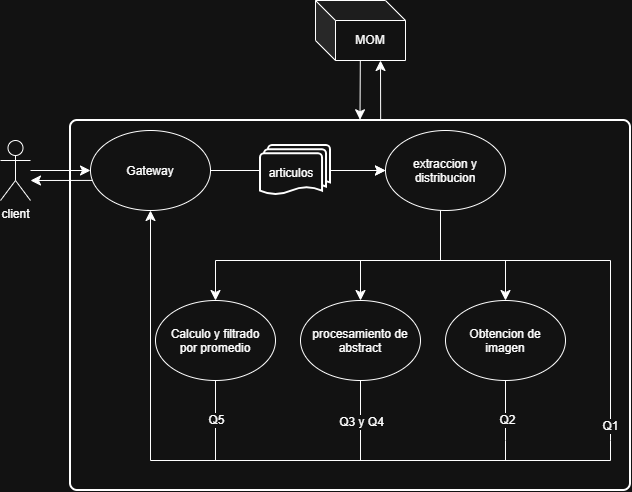
Above: diseño/diagramas/arquiAN.png in LuccaMarino/tp-grupal_Distribuidos (draw.io), before the change. Source tidied: cells renumbered, new cells last; positions are measured from the earlier drawing's top-left corner, leaving out a move shared by most shapes. Source of this version:
```xml
<mxGraphModel>
  <root>
    <mxCell id="0" />
    <mxCell id="1" parent="0" />
    <mxCell id="2" style="rounded=1;whiteSpace=wrap;html=1;absoluteArcSize=1;arcSize=14;strokeWidth=2;fillColor=none;" parent="1" vertex="1">
      <mxGeometry x="70" y="120" width="560" height="370" as="geometry" />
    </mxCell>
    <mxCell id="3" style="edgeStyle=orthogonalEdgeStyle;rounded=0;jettySize=auto;html=1;entryX=0.5;entryY=0;entryDx=0;entryDy=0;fontSize=12;startSize=8;endSize=8;" parent="1" edge="1" source="8" target="11">
      <mxGeometry relative="1" as="geometry">
        <Array as="points">
          <mxPoint x="440" y="260" />
          <mxPoint x="505" y="260" />
        </Array>
      </mxGeometry>
    </mxCell>
    <mxCell id="4" style="edgeStyle=orthogonalEdgeStyle;rounded=0;jettySize=auto;html=1;entryX=0.5;entryY=0;entryDx=0;entryDy=0;fontSize=12;startSize=8;endSize=8;" parent="1" edge="1" source="8" target="14">
      <mxGeometry x="0.04" relative="1" as="geometry">
        <Array as="points">
          <mxPoint x="440" y="260" />
          <mxPoint x="360" y="260" />
        </Array>
      </mxGeometry>
    </mxCell>
    <mxCell id="5" style="edgeStyle=orthogonalEdgeStyle;rounded=0;jettySize=auto;html=1;entryX=0.5;entryY=0;entryDx=0;entryDy=0;fontSize=12;startSize=8;endSize=8;" parent="1" edge="1" source="8" target="17">
      <mxGeometry x="0.19" relative="1" as="geometry">
        <Array as="points">
          <mxPoint x="440" y="260" />
          <mxPoint x="215" y="260" />
        </Array>
      </mxGeometry>
    </mxCell>
    <mxCell id="6" style="edgeStyle=orthogonalEdgeStyle;rounded=0;jettySize=auto;html=1;fontSize=12;startSize=8;endSize=8;endArrow=none;endFill=0;" parent="1" edge="1" source="8">
      <mxGeometry x="0.12" relative="1" as="geometry">
        <mxPoint x="610" y="440" as="targetPoint" />
        <Array as="points">
          <mxPoint x="440" y="260" />
          <mxPoint x="610" y="260" />
          <mxPoint x="610" y="440" />
        </Array>
      </mxGeometry>
    </mxCell>
    <mxCell id="7" value="Q1" style="edgeLabel;html=1;align=center;verticalAlign=middle;fontSize=12;" parent="6" vertex="1">
      <mxGeometry x="0.87" y="-1" relative="1" as="geometry">
        <mxPoint y="12" as="offset" />
      </mxGeometry>
    </mxCell>
    <mxCell id="8" value="extraccion y distribucion" style="ellipse;whiteSpace=wrap;html=1;shapeInside=1;" parent="1" vertex="1">
      <mxGeometry x="385" y="130" width="120" height="80" as="geometry" />
    </mxCell>
    <mxCell id="9" style="edgeStyle=none;curved=1;rounded=0;curveGeometry=1;jettySize=auto;html=1;fontSize=12;startSize=8;endSize=8;endArrow=none;endFill=0;" parent="1" edge="1" source="11">
      <mxGeometry relative="1" as="geometry">
        <mxPoint x="505" y="440" as="targetPoint" />
      </mxGeometry>
    </mxCell>
    <mxCell id="10" value="Q2" style="edgeLabel;html=1;align=center;verticalAlign=middle;fontSize=12;" parent="9" vertex="1">
      <mxGeometry x="0.32" y="1" relative="1" as="geometry" />
    </mxCell>
    <mxCell id="11" value="Obtencion de imagen" style="ellipse;whiteSpace=wrap;html=1;shapeInside=1;" parent="1" vertex="1">
      <mxGeometry x="445" y="300" width="120" height="80" as="geometry" />
    </mxCell>
    <mxCell id="12" style="edgeStyle=none;curved=1;rounded=0;curveGeometry=1;jettySize=auto;html=1;fontSize=12;startSize=8;endSize=8;endArrow=none;endFill=0;" parent="1" edge="1" source="14">
      <mxGeometry relative="1" as="geometry">
        <mxPoint x="360" y="440" as="targetPoint" />
      </mxGeometry>
    </mxCell>
    <mxCell id="13" value="Q3 y Q4" style="edgeLabel;html=1;align=center;verticalAlign=middle;fontSize=12;" parent="12" vertex="1">
      <mxGeometry x="0.38" y="1" relative="1" as="geometry">
        <mxPoint x="-1" as="offset" />
      </mxGeometry>
    </mxCell>
    <mxCell id="14" value="procesamiento de abstract" style="ellipse;whiteSpace=wrap;html=1;shapeInside=1;" parent="1" vertex="1">
      <mxGeometry x="300" y="300" width="120" height="80" as="geometry" />
    </mxCell>
    <mxCell id="15" style="edgeStyle=none;curved=1;rounded=0;curveGeometry=1;jettySize=auto;html=1;fontSize=12;startSize=8;endSize=8;endArrow=none;endFill=0;" parent="1" edge="1" source="17">
      <mxGeometry relative="1" as="geometry">
        <mxPoint x="215" y="450" as="targetPoint" />
      </mxGeometry>
    </mxCell>
    <mxCell id="16" value="Q5" style="edgeLabel;html=1;align=center;verticalAlign=middle;fontSize=12;" parent="15" vertex="1">
      <mxGeometry x="0.38" y="3" relative="1" as="geometry">
        <mxPoint x="-3" y="-8" as="offset" />
      </mxGeometry>
    </mxCell>
    <mxCell id="17" value="Calculo y filtrado por promedio" style="ellipse;whiteSpace=wrap;html=1;shapeInside=1;" parent="1" vertex="1">
      <mxGeometry x="155" y="300" width="120" height="80" as="geometry" />
    </mxCell>
    <mxCell id="18" style="edgeStyle=orthogonalEdgeStyle;rounded=0;orthogonalLoop=1;jettySize=auto;html=1;fontSize=12;startSize=8;endSize=8;endArrow=none;endFill=0;" parent="1" edge="1">
      <mxGeometry relative="1" as="geometry">
        <mxPoint x="215" y="440" as="sourcePoint" />
        <mxPoint x="360" y="460" as="targetPoint" />
        <Array as="points">
          <mxPoint x="215" y="460" />
        </Array>
      </mxGeometry>
    </mxCell>
    <mxCell id="19" style="edgeStyle=orthogonalEdgeStyle;rounded=0;orthogonalLoop=1;jettySize=auto;html=1;fontSize=12;startSize=8;endSize=8;endArrow=none;endFill=0;" parent="1" edge="1">
      <mxGeometry x="-0.2" relative="1" as="geometry">
        <mxPoint x="360" y="438" as="sourcePoint" />
        <mxPoint x="440" y="460" as="targetPoint" />
        <Array as="points">
          <mxPoint x="360" y="460" />
        </Array>
      </mxGeometry>
    </mxCell>
    <mxCell id="20" style="edgeStyle=none;curved=1;rounded=0;curveGeometry=1;orthogonalLoop=1;jettySize=auto;html=1;fontSize=12;startSize=8;endSize=8;startArrow=none;startFill=0;endArrow=none;endFill=0;" parent="1" edge="1">
      <mxGeometry relative="1" as="geometry">
        <mxPoint x="505" y="440" as="sourcePoint" />
        <mxPoint x="505" y="460" as="targetPoint" />
      </mxGeometry>
    </mxCell>
    <mxCell id="21" style="edgeStyle=orthogonalEdgeStyle;rounded=0;jettySize=auto;html=1;entryX=0.5;entryY=1;entryDx=0;entryDy=0;fontSize=12;startSize=8;endSize=8;" parent="1" edge="1" target="23">
      <mxGeometry x="-0.76" relative="1" as="geometry">
        <mxPoint x="610" y="440" as="sourcePoint" />
        <Array as="points">
          <mxPoint x="610" y="440" />
          <mxPoint x="610" y="460" />
          <mxPoint x="150" y="460" />
        </Array>
      </mxGeometry>
    </mxCell>
    <mxCell id="22" style="edgeStyle=none;curved=1;rounded=0;curveGeometry=1;jettySize=auto;html=1;fontSize=12;startSize=8;endSize=8;" parent="1" edge="1" source="28" target="8">
      <mxGeometry relative="1" as="geometry" />
    </mxCell>
    <mxCell id="23" value="Gateway" style="ellipse;whiteSpace=wrap;html=1;shapeInside=1;" parent="1" vertex="1">
      <mxGeometry x="90" y="130" width="120" height="80" as="geometry" />
    </mxCell>
    <mxCell id="24" style="edgeStyle=none;curved=1;rounded=0;curveGeometry=1;jettySize=auto;html=1;fontSize=12;startSize=8;endSize=8;exitX=0.016;exitY=0.624;exitDx=0;exitDy=0;exitPerimeter=0;" parent="1" edge="1" source="23">
      <mxGeometry relative="1" as="geometry">
        <mxPoint x="30" y="180" as="targetPoint" />
      </mxGeometry>
    </mxCell>
    <mxCell id="25" style="edgeStyle=none;curved=1;rounded=0;curveGeometry=1;jettySize=auto;html=1;entryX=0;entryY=0.5;entryDx=0;entryDy=0;fontSize=12;startSize=8;endSize=8;" parent="1" edge="1" target="23">
      <mxGeometry relative="1" as="geometry">
        <mxPoint x="30" y="170" as="sourcePoint" />
      </mxGeometry>
    </mxCell>
    <mxCell id="26" value="client" style="shape=umlActor;verticalLabelPosition=bottom;verticalAlign=top;html=1;" parent="1" vertex="1">
      <mxGeometry y="140" width="30" height="60" as="geometry" />
    </mxCell>
    <mxCell id="27" style="edgeStyle=none;curved=1;rounded=0;curveGeometry=1;jettySize=auto;html=1;fontSize=12;startSize=8;endSize=8;entryX=0;entryY=0.5;entryDx=0;entryDy=0;" parent="1" edge="1" source="23" target="8">
      <mxGeometry relative="1" as="geometry" />
    </mxCell>
    <mxCell id="28" value="articulos" style="strokeWidth=2;html=1;shape=mxgraph.flowchart.multi-document;whiteSpace=wrap;boundedLbl=1;" parent="1" vertex="1">
      <mxGeometry x="260" y="145" width="70" height="50" as="geometry" />
    </mxCell>
    <mxCell id="29" value="MOM" style="shape=cube;whiteSpace=wrap;html=1;boundedLbl=1;backgroundOutline=1;darkOpacity=0.05;darkOpacity2=0.1;" parent="1" vertex="1">
      <mxGeometry x="315" width="90" height="60" as="geometry" />
    </mxCell>
    <mxCell id="30" style="edgeStyle=none;curved=1;rounded=0;curveGeometry=1;orthogonalLoop=1;jettySize=auto;html=1;entryX=0.517;entryY=-0.002;entryDx=0;entryDy=0;entryPerimeter=0;fontSize=12;startSize=8;endSize=8;" parent="1" edge="1">
      <mxGeometry relative="1" as="geometry">
        <mxPoint x="359.8" y="60" as="sourcePoint" />
        <mxPoint x="359.5" y="119.3" as="targetPoint" />
      </mxGeometry>
    </mxCell>
    <mxCell id="31" style="edgeStyle=none;curved=1;rounded=0;curveGeometry=1;orthogonalLoop=1;jettySize=auto;html=1;entryX=0.493;entryY=1;entryDx=0;entryDy=0;entryPerimeter=0;fontSize=12;startSize=8;endSize=8;exitX=0.517;exitY=0;exitDx=0;exitDy=0;exitPerimeter=0;" parent="1" edge="1">
      <mxGeometry relative="1" as="geometry">
        <mxPoint x="380.1" y="120" as="sourcePoint" />
        <mxPoint x="380" y="60" as="targetPoint" />
      </mxGeometry>
    </mxCell>
  </root>
</mxGraphModel>
```
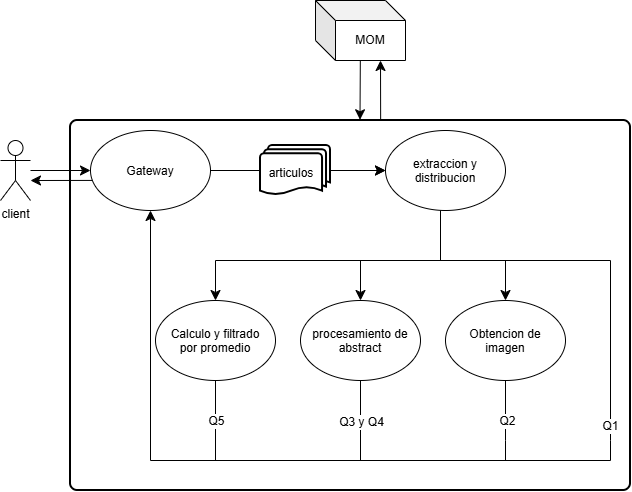
The same file after the commit.

Diff of the diagram source:
```diff
@@ -29,17 +29,17 @@
         </Array>
       </mxGeometry>
     </mxCell>
-    <mxCell id="6" style="edgeStyle=orthogonalEdgeStyle;rounded=0;jettySize=auto;html=1;fontSize=12;startSize=8;endSize=8;endArrow=none;endFill=0;" parent="1" edge="1" source="8">
-      <mxGeometry x="0.12" relative="1" as="geometry">
-        <mxPoint x="610" y="440" as="targetPoint" />
-        <Array as="points">
-          <mxPoint x="440" y="260" />
-          <mxPoint x="610" y="260" />
-          <mxPoint x="610" y="440" />
-        </Array>
-      </mxGeometry>
-    </mxCell>
+    <mxCell id="32" style="edgeStyle=orthogonalEdgeStyle;rounded=0;jettySize=auto;html=1;fontSize=12;startSize=8;endSize=8;endArrow=none;endFill=0;" parent="1" edge="1" source="8">
+      <mxGeometry x="0.12" relative="1" as="geometry">
+        <mxPoint x="610" y="440" as="targetPoint" />
+        <Array as="points">
+          <mxPoint x="440" y="260" />
+          <mxPoint x="610" y="260" />
+          <mxPoint x="610" y="440" />
+        </Array>
+      </mxGeometry>
+    </mxCell>
-    <mxCell id="7" value="Q1" style="edgeLabel;html=1;align=center;verticalAlign=middle;fontSize=12;" parent="6" vertex="1">
+    <mxCell id="7" value="Q1" style="edgeLabel;html=1;align=center;verticalAlign=middle;fontSize=12;" parent="32" vertex="1">
       <mxGeometry x="0.87" y="-1" relative="1" as="geometry">
         <mxPoint y="12" as="offset" />
       </mxGeometry>
@@ -47,23 +47,23 @@
     <mxCell id="8" value="extraccion y distribucion" style="ellipse;whiteSpace=wrap;html=1;shapeInside=1;" parent="1" vertex="1">
       <mxGeometry x="385" y="130" width="120" height="80" as="geometry" />
     </mxCell>
-    <mxCell id="9" style="edgeStyle=none;curved=1;rounded=0;curveGeometry=1;jettySize=auto;html=1;fontSize=12;startSize=8;endSize=8;endArrow=none;endFill=0;" parent="1" edge="1" source="11">
-      <mxGeometry relative="1" as="geometry">
-        <mxPoint x="505" y="440" as="targetPoint" />
-      </mxGeometry>
-    </mxCell>
+    <mxCell id="33" style="edgeStyle=none;curved=1;rounded=0;curveGeometry=1;jettySize=auto;html=1;fontSize=12;startSize=8;endSize=8;endArrow=none;endFill=0;" parent="1" edge="1" source="11">
+      <mxGeometry relative="1" as="geometry">
+        <mxPoint x="505" y="440" as="targetPoint" />
+      </mxGeometry>
+    </mxCell>
-    <mxCell id="10" value="Q2" style="edgeLabel;html=1;align=center;verticalAlign=middle;fontSize=12;" parent="9" vertex="1">
+    <mxCell id="10" value="Q2" style="edgeLabel;html=1;align=center;verticalAlign=middle;fontSize=12;" parent="33" vertex="1">
       <mxGeometry x="0.32" y="1" relative="1" as="geometry" />
     </mxCell>
     <mxCell id="11" value="Obtencion de imagen" style="ellipse;whiteSpace=wrap;html=1;shapeInside=1;" parent="1" vertex="1">
       <mxGeometry x="445" y="300" width="120" height="80" as="geometry" />
     </mxCell>
-    <mxCell id="12" style="edgeStyle=none;curved=1;rounded=0;curveGeometry=1;jettySize=auto;html=1;fontSize=12;startSize=8;endSize=8;endArrow=none;endFill=0;" parent="1" edge="1" source="14">
-      <mxGeometry relative="1" as="geometry">
-        <mxPoint x="360" y="440" as="targetPoint" />
-      </mxGeometry>
-    </mxCell>
+    <mxCell id="34" style="edgeStyle=none;curved=1;rounded=0;curveGeometry=1;jettySize=auto;html=1;fontSize=12;startSize=8;endSize=8;endArrow=none;endFill=0;" parent="1" edge="1" source="14">
+      <mxGeometry relative="1" as="geometry">
+        <mxPoint x="360" y="440" as="targetPoint" />
+      </mxGeometry>
+    </mxCell>
-    <mxCell id="13" value="Q3 y Q4" style="edgeLabel;html=1;align=center;verticalAlign=middle;fontSize=12;" parent="12" vertex="1">
+    <mxCell id="13" value="Q3 y Q4" style="edgeLabel;html=1;align=center;verticalAlign=middle;fontSize=12;" parent="34" vertex="1">
       <mxGeometry x="0.38" y="1" relative="1" as="geometry">
         <mxPoint x="-1" as="offset" />
       </mxGeometry>
@@ -71,12 +71,12 @@
     <mxCell id="14" value="procesamiento de abstract" style="ellipse;whiteSpace=wrap;html=1;shapeInside=1;" parent="1" vertex="1">
       <mxGeometry x="300" y="300" width="120" height="80" as="geometry" />
     </mxCell>
-    <mxCell id="15" style="edgeStyle=none;curved=1;rounded=0;curveGeometry=1;jettySize=auto;html=1;fontSize=12;startSize=8;endSize=8;endArrow=none;endFill=0;" parent="1" edge="1" source="17">
-      <mxGeometry relative="1" as="geometry">
-        <mxPoint x="215" y="450" as="targetPoint" />
-      </mxGeometry>
-    </mxCell>
+    <mxCell id="35" style="edgeStyle=none;curved=1;rounded=0;curveGeometry=1;jettySize=auto;html=1;fontSize=12;startSize=8;endSize=8;endArrow=none;endFill=0;" parent="1" edge="1" source="17">
+      <mxGeometry relative="1" as="geometry">
+        <mxPoint x="215" y="450" as="targetPoint" />
+      </mxGeometry>
+    </mxCell>
-    <mxCell id="16" value="Q5" style="edgeLabel;html=1;align=center;verticalAlign=middle;fontSize=12;" parent="15" vertex="1">
+    <mxCell id="16" value="Q5" style="edgeLabel;html=1;align=center;verticalAlign=middle;fontSize=12;" parent="35" vertex="1">
       <mxGeometry x="0.38" y="3" relative="1" as="geometry">
         <mxPoint x="-3" y="-8" as="offset" />
       </mxGeometry>
@@ -84,56 +84,56 @@
     <mxCell id="17" value="Calculo y filtrado por promedio" style="ellipse;whiteSpace=wrap;html=1;shapeInside=1;" parent="1" vertex="1">
       <mxGeometry x="155" y="300" width="120" height="80" as="geometry" />
     </mxCell>
-    <mxCell id="18" style="edgeStyle=orthogonalEdgeStyle;rounded=0;orthogonalLoop=1;jettySize=auto;html=1;fontSize=12;startSize=8;endSize=8;endArrow=none;endFill=0;" parent="1" edge="1">
-      <mxGeometry relative="1" as="geometry">
-        <mxPoint x="215" y="440" as="sourcePoint" />
-        <mxPoint x="360" y="460" as="targetPoint" />
-        <Array as="points">
-          <mxPoint x="215" y="460" />
-        </Array>
-      </mxGeometry>
-    </mxCell>
-    <mxCell id="19" style="edgeStyle=orthogonalEdgeStyle;rounded=0;orthogonalLoop=1;jettySize=auto;html=1;fontSize=12;startSize=8;endSize=8;endArrow=none;endFill=0;" parent="1" edge="1">
-      <mxGeometry x="-0.2" relative="1" as="geometry">
-        <mxPoint x="360" y="438" as="sourcePoint" />
-        <mxPoint x="440" y="460" as="targetPoint" />
-        <Array as="points">
-          <mxPoint x="360" y="460" />
-        </Array>
-      </mxGeometry>
-    </mxCell>
-    <mxCell id="20" style="edgeStyle=none;curved=1;rounded=0;curveGeometry=1;orthogonalLoop=1;jettySize=auto;html=1;fontSize=12;startSize=8;endSize=8;startArrow=none;startFill=0;endArrow=none;endFill=0;" parent="1" edge="1">
-      <mxGeometry relative="1" as="geometry">
-        <mxPoint x="505" y="440" as="sourcePoint" />
-        <mxPoint x="505" y="460" as="targetPoint" />
-      </mxGeometry>
-    </mxCell>
-    <mxCell id="21" style="edgeStyle=orthogonalEdgeStyle;rounded=0;jettySize=auto;html=1;entryX=0.5;entryY=1;entryDx=0;entryDy=0;fontSize=12;startSize=8;endSize=8;" parent="1" edge="1" target="23">
-      <mxGeometry x="-0.76" relative="1" as="geometry">
-        <mxPoint x="610" y="440" as="sourcePoint" />
-        <Array as="points">
-          <mxPoint x="610" y="440" />
-          <mxPoint x="610" y="460" />
-          <mxPoint x="150" y="460" />
-        </Array>
-      </mxGeometry>
-    </mxCell>
+    <mxCell id="36" style="edgeStyle=orthogonalEdgeStyle;rounded=0;orthogonalLoop=1;jettySize=auto;html=1;fontSize=12;startSize=8;endSize=8;endArrow=none;endFill=0;" parent="1" edge="1">
+      <mxGeometry relative="1" as="geometry">
+        <mxPoint x="215" y="440" as="sourcePoint" />
+        <mxPoint x="360" y="460" as="targetPoint" />
+        <Array as="points">
+          <mxPoint x="215" y="460" />
+        </Array>
+      </mxGeometry>
+    </mxCell>
+    <mxCell id="37" style="edgeStyle=orthogonalEdgeStyle;rounded=0;orthogonalLoop=1;jettySize=auto;html=1;fontSize=12;startSize=8;endSize=8;endArrow=none;endFill=0;" parent="1" edge="1">
+      <mxGeometry x="-0.2" relative="1" as="geometry">
+        <mxPoint x="360" y="438" as="sourcePoint" />
+        <mxPoint x="440" y="460" as="targetPoint" />
+        <Array as="points">
+          <mxPoint x="360" y="460" />
+        </Array>
+      </mxGeometry>
+    </mxCell>
+    <mxCell id="38" style="edgeStyle=none;curved=1;rounded=0;curveGeometry=1;orthogonalLoop=1;jettySize=auto;html=1;fontSize=12;startSize=8;endSize=8;startArrow=none;startFill=0;endArrow=none;endFill=0;" parent="1" edge="1">
+      <mxGeometry relative="1" as="geometry">
+        <mxPoint x="505" y="440" as="sourcePoint" />
+        <mxPoint x="505" y="460" as="targetPoint" />
+      </mxGeometry>
+    </mxCell>
+    <mxCell id="39" style="edgeStyle=orthogonalEdgeStyle;rounded=0;jettySize=auto;html=1;entryX=0.5;entryY=1;entryDx=0;entryDy=0;fontSize=12;startSize=8;endSize=8;" parent="1" edge="1" target="23">
+      <mxGeometry x="-0.76" relative="1" as="geometry">
+        <mxPoint x="610" y="440" as="sourcePoint" />
+        <Array as="points">
+          <mxPoint x="610" y="440" />
+          <mxPoint x="610" y="460" />
+          <mxPoint x="150" y="460" />
+        </Array>
+      </mxGeometry>
+    </mxCell>
     <mxCell id="22" style="edgeStyle=none;curved=1;rounded=0;curveGeometry=1;jettySize=auto;html=1;fontSize=12;startSize=8;endSize=8;" parent="1" edge="1" source="28" target="8">
       <mxGeometry relative="1" as="geometry" />
     </mxCell>
     <mxCell id="23" value="Gateway" style="ellipse;whiteSpace=wrap;html=1;shapeInside=1;" parent="1" vertex="1">
       <mxGeometry x="90" y="130" width="120" height="80" as="geometry" />
     </mxCell>
-    <mxCell id="24" style="edgeStyle=none;curved=1;rounded=0;curveGeometry=1;jettySize=auto;html=1;fontSize=12;startSize=8;endSize=8;exitX=0.016;exitY=0.624;exitDx=0;exitDy=0;exitPerimeter=0;" parent="1" edge="1" source="23">
-      <mxGeometry relative="1" as="geometry">
-        <mxPoint x="30" y="180" as="targetPoint" />
-      </mxGeometry>
-    </mxCell>
-    <mxCell id="25" style="edgeStyle=none;curved=1;rounded=0;curveGeometry=1;jettySize=auto;html=1;entryX=0;entryY=0.5;entryDx=0;entryDy=0;fontSize=12;startSize=8;endSize=8;" parent="1" edge="1" target="23">
-      <mxGeometry relative="1" as="geometry">
-        <mxPoint x="30" y="170" as="sourcePoint" />
-      </mxGeometry>
-    </mxCell>
+    <mxCell id="40" style="edgeStyle=none;curved=1;rounded=0;curveGeometry=1;jettySize=auto;html=1;fontSize=12;startSize=8;endSize=8;exitX=0.016;exitY=0.624;exitDx=0;exitDy=0;exitPerimeter=0;" parent="1" edge="1" source="23">
+      <mxGeometry relative="1" as="geometry">
+        <mxPoint x="30" y="180" as="targetPoint" />
+      </mxGeometry>
+    </mxCell>
+    <mxCell id="41" style="edgeStyle=none;curved=1;rounded=0;curveGeometry=1;jettySize=auto;html=1;entryX=0;entryY=0.5;entryDx=0;entryDy=0;fontSize=12;startSize=8;endSize=8;" parent="1" edge="1" target="23">
+      <mxGeometry relative="1" as="geometry">
+        <mxPoint x="30" y="170" as="sourcePoint" />
+      </mxGeometry>
+    </mxCell>
     <mxCell id="26" value="client" style="shape=umlActor;verticalLabelPosition=bottom;verticalAlign=top;html=1;" parent="1" vertex="1">
       <mxGeometry y="140" width="30" height="60" as="geometry" />
     </mxCell>
@@ -146,17 +146,17 @@
     <mxCell id="29" value="MOM" style="shape=cube;whiteSpace=wrap;html=1;boundedLbl=1;backgroundOutline=1;darkOpacity=0.05;darkOpacity2=0.1;" parent="1" vertex="1">
       <mxGeometry x="315" width="90" height="60" as="geometry" />
     </mxCell>
-    <mxCell id="30" style="edgeStyle=none;curved=1;rounded=0;curveGeometry=1;orthogonalLoop=1;jettySize=auto;html=1;entryX=0.517;entryY=-0.002;entryDx=0;entryDy=0;entryPerimeter=0;fontSize=12;startSize=8;endSize=8;" parent="1" edge="1">
-      <mxGeometry relative="1" as="geometry">
-        <mxPoint x="359.8" y="60" as="sourcePoint" />
-        <mxPoint x="359.5" y="119.3" as="targetPoint" />
-      </mxGeometry>
-    </mxCell>
-    <mxCell id="31" style="edgeStyle=none;curved=1;rounded=0;curveGeometry=1;orthogonalLoop=1;jettySize=auto;html=1;entryX=0.493;entryY=1;entryDx=0;entryDy=0;entryPerimeter=0;fontSize=12;startSize=8;endSize=8;exitX=0.517;exitY=0;exitDx=0;exitDy=0;exitPerimeter=0;" parent="1" edge="1">
-      <mxGeometry relative="1" as="geometry">
-        <mxPoint x="380.1" y="120" as="sourcePoint" />
-        <mxPoint x="380" y="60" as="targetPoint" />
-      </mxGeometry>
-    </mxCell>
+    <mxCell id="42" style="edgeStyle=none;curved=1;rounded=0;curveGeometry=1;orthogonalLoop=1;jettySize=auto;html=1;entryX=0.517;entryY=-0.002;entryDx=0;entryDy=0;entryPerimeter=0;fontSize=12;startSize=8;endSize=8;" parent="1" edge="1">
+      <mxGeometry relative="1" as="geometry">
+        <mxPoint x="359.8" y="60" as="sourcePoint" />
+        <mxPoint x="359.5" y="119.3" as="targetPoint" />
+      </mxGeometry>
+    </mxCell>
+    <mxCell id="43" style="edgeStyle=none;curved=1;rounded=0;curveGeometry=1;orthogonalLoop=1;jettySize=auto;html=1;entryX=0.493;entryY=1;entryDx=0;entryDy=0;entryPerimeter=0;fontSize=12;startSize=8;endSize=8;exitX=0.517;exitY=0;exitDx=0;exitDy=0;exitPerimeter=0;" parent="1" edge="1">
+      <mxGeometry relative="1" as="geometry">
+        <mxPoint x="380.1" y="120" as="sourcePoint" />
+        <mxPoint x="380" y="60" as="targetPoint" />
+      </mxGeometry>
+    </mxCell>
   </root>
 </mxGraphModel>
```
